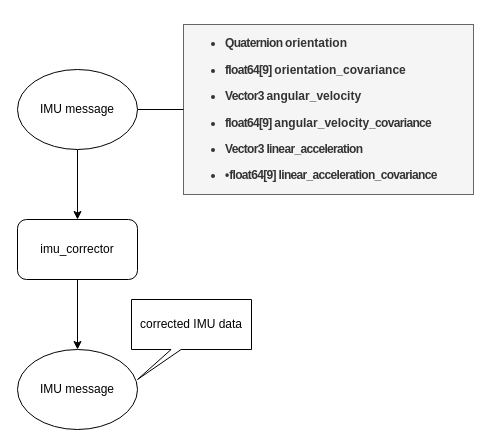
gonheeee/Drawio.Autoware keeps this draw.io diagram as imu_corrector.drawio. Above is the earlier version. Source tidied: cells renumbered, new cells numbered last; positions are measured from the earlier drawing's top-left corner, leaving out a move shared by most shapes. Both pictures are drawn from the tidied source at 100%, with x=0, y=0 at pixel (17, 24).
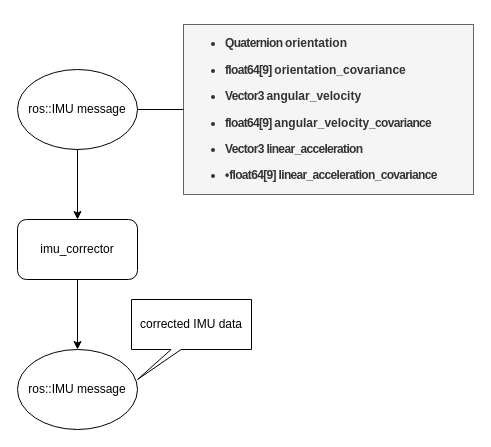
The same page after the edit.

Change to the diagram source:
```diff
@@
 <mxGraphModel>
   <root>
     <mxCell id="0" />
     <mxCell id="1" parent="0" />
     <mxCell id="2" value="imu_corrector" style="rounded=1;whiteSpace=wrap;html=1;" parent="1" vertex="1">
       <mxGeometry y="195" width="120" height="60" as="geometry" />
     </mxCell>
     <mxCell id="3" value="&lt;div style=&quot;&quot;&gt;&lt;h6&gt;&lt;ul style=&quot;font-size: 12px;&quot;&gt;&lt;li style=&quot;&quot;&gt;&lt;span style=&quot;font-family: &amp;quot;맑은 고딕&amp;quot;; letter-spacing: -0.5pt; background-color: initial;&quot;&gt;Quaternion&amp;nbsp;&lt;/span&gt;orientation&lt;/li&gt;&lt;/ul&gt;&lt;ul style=&quot;font-size: 12px;&quot;&gt;&lt;li style=&quot;&quot;&gt;&lt;span style=&quot;background-color: initial; font-family: &amp;quot;맑은 고딕&amp;quot;; letter-spacing: -0.5pt;&quot;&gt;float64[9]&amp;nbsp;&lt;/span&gt;orientation_covariance&lt;/li&gt;&lt;/ul&gt;&lt;ul style=&quot;font-size: 12px;&quot;&gt;&lt;li style=&quot;&quot;&gt;&lt;span style=&quot;background-color: initial; font-family: &amp;quot;맑은 고딕&amp;quot;; letter-spacing: -0.5pt;&quot;&gt;Vector3&amp;nbsp;&lt;/span&gt;angular_velocity&lt;/li&gt;&lt;/ul&gt;&lt;ul style=&quot;font-size: 12px;&quot;&gt;&lt;li style=&quot;&quot;&gt;&lt;span style=&quot;background-color: initial; font-family: &amp;quot;맑은 고딕&amp;quot;; letter-spacing: -0.5pt;&quot;&gt;float64[9]&amp;nbsp;&lt;/span&gt;angular_velocity&lt;span style=&quot;background-color: initial; letter-spacing: -0.5pt;&quot;&gt;_covariance&lt;/span&gt;&lt;/li&gt;&lt;/ul&gt;&lt;ul style=&quot;font-size: 12px;&quot;&gt;&lt;li style=&quot;&quot;&gt;&lt;span style=&quot;font-family: &amp;quot;맑은 고딕&amp;quot;; letter-spacing: -0.5pt;&quot;&gt;V&lt;/span&gt;&lt;span style=&quot;font-family: &amp;quot;맑은 고딕&amp;quot;; letter-spacing: -0.5pt;&quot;&gt;ector3 &lt;/span&gt;&lt;span style=&quot;font-family: &amp;quot;맑은 고딕&amp;quot;; letter-spacing: -0.5pt;&quot;&gt;linear_acceleration&lt;/span&gt;&lt;/li&gt;&lt;/ul&gt;&lt;ul style=&quot;font-size: 12px;&quot;&gt;&lt;li style=&quot;&quot;&gt;&lt;span style=&quot;&quot;&gt;&lt;span&gt;•&lt;/span&gt;&lt;/span&gt;&lt;span style=&quot;font-family: &amp;quot;맑은 고딕&amp;quot;; letter-spacing: -0.5pt;&quot;&gt;float64[9]&lt;/span&gt;&lt;span style=&quot;font-family: &amp;quot;맑은 고딕&amp;quot;; letter-spacing: -0.5pt;&quot;&gt; &lt;/span&gt;&lt;span style=&quot;font-family: &amp;quot;맑은 고딕&amp;quot;; letter-spacing: -0.5pt;&quot;&gt;linear_acceleration_covarianc&lt;/span&gt;&lt;span style=&quot;font-family: &amp;quot;맑은 고딕&amp;quot;; letter-spacing: -0.5pt;&quot;&gt;e&lt;br&gt;&lt;/span&gt;&lt;/li&gt;&lt;/ul&gt;&lt;/h6&gt;&lt;/div&gt;" style="text;html=1;strokeColor=#666666;fillColor=#f5f5f5;align=left;verticalAlign=middle;whiteSpace=wrap;rounded=0;fontColor=#333333;" parent="1" vertex="1">
       <mxGeometry x="166" width="290" height="170" as="geometry" />
     </mxCell>
     <mxCell id="4" style="endArrow=none;html=1;rounded=0;exitX=1;exitY=0.5;exitDx=0;exitDy=0;" parent="1" edge="1" source="7" target="3">
       <mxGeometry relative="1" as="geometry" />
     </mxCell>
     <mxCell id="5" style="endArrow=classic;html=1;rounded=0;exitX=0.5;exitY=1;exitDx=0;exitDy=0;entryX=0.5;entryY=0;entryDx=0;entryDy=0;" parent="1" edge="1" target="2">
       <mxGeometry relative="1" as="geometry">
         <mxPoint x="60" y="125" as="sourcePoint" />
       </mxGeometry>
     </mxCell>
     <mxCell id="6" style="endArrow=classic;html=1;rounded=0;entryX=0.5;entryY=0;entryDx=0;entryDy=0;exitX=0.5;exitY=1;exitDx=0;exitDy=0;" parent="1" edge="1" source="2">
       <mxGeometry relative="1" as="geometry">
         <mxPoint x="60" y="325" as="targetPoint" />
       </mxGeometry>
     </mxCell>
-    <mxCell id="7" value="IMU message" style="ellipse;whiteSpace=wrap;html=1;" parent="1" vertex="1">
+    <mxCell id="7" value="ros::IMU message" style="ellipse;whiteSpace=wrap;html=1;" parent="1" vertex="1">
       <mxGeometry y="45" width="120" height="80" as="geometry" />
     </mxCell>
-    <mxCell id="8" value="IMU message" style="ellipse;whiteSpace=wrap;html=1;" parent="1" vertex="1">
+    <mxCell id="8" value="ros::IMU message" style="ellipse;whiteSpace=wrap;html=1;" parent="1" vertex="1">
       <mxGeometry y="325" width="120" height="80" as="geometry" />
     </mxCell>
     <mxCell id="9" value="corrected IMU data" style="shape=callout;whiteSpace=wrap;html=1;perimeter=calloutPerimeter;base=10;size=30;position=0.33;position2=0.05;" parent="1" vertex="1">
       <mxGeometry x="114" y="275" width="120" height="80" as="geometry" />
     </mxCell>
   </root>
 </mxGraphModel>
```
